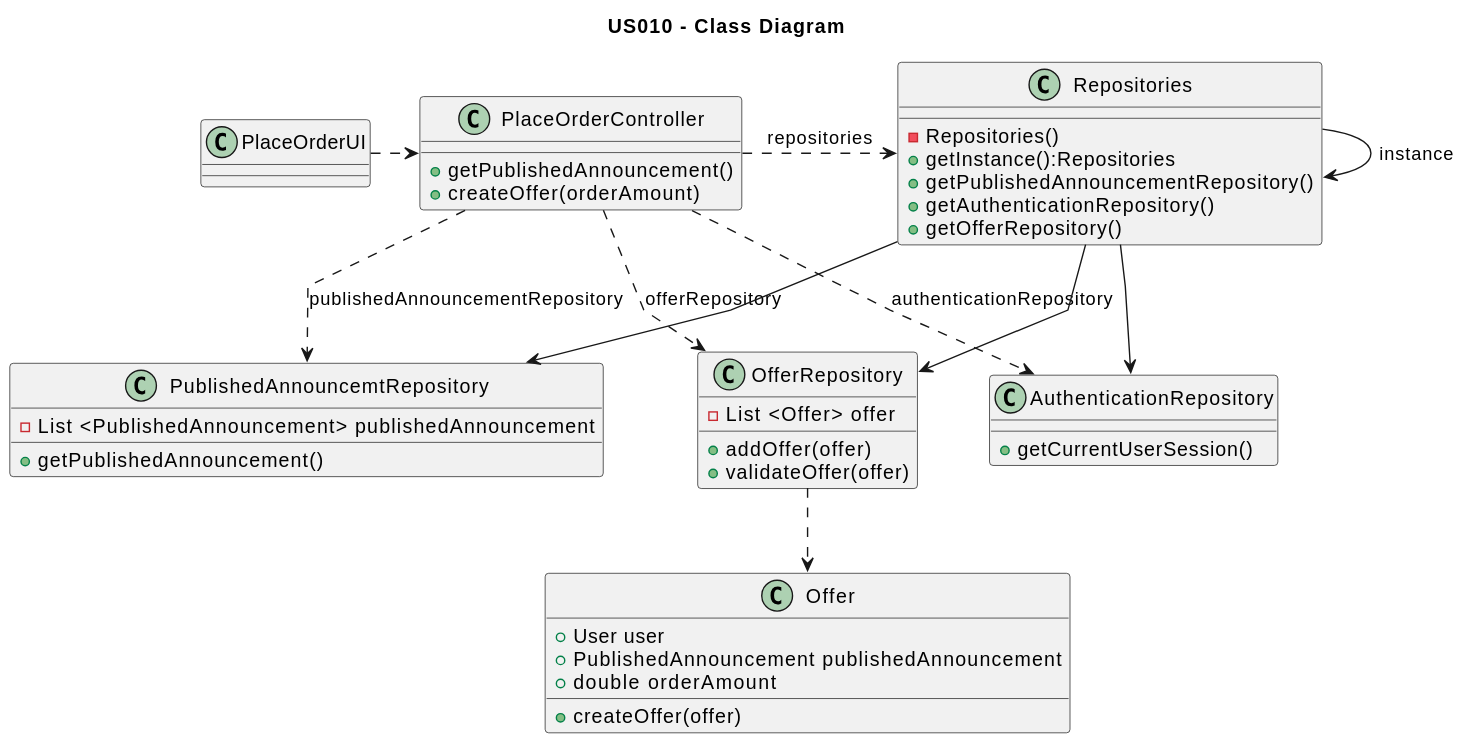
PureNimble/ISEP-LAPR2 keeps this PlantUML diagram as docs/sprintC/US10/03.design/svg/us010-class-diagram.svg. Above is the earlier version.
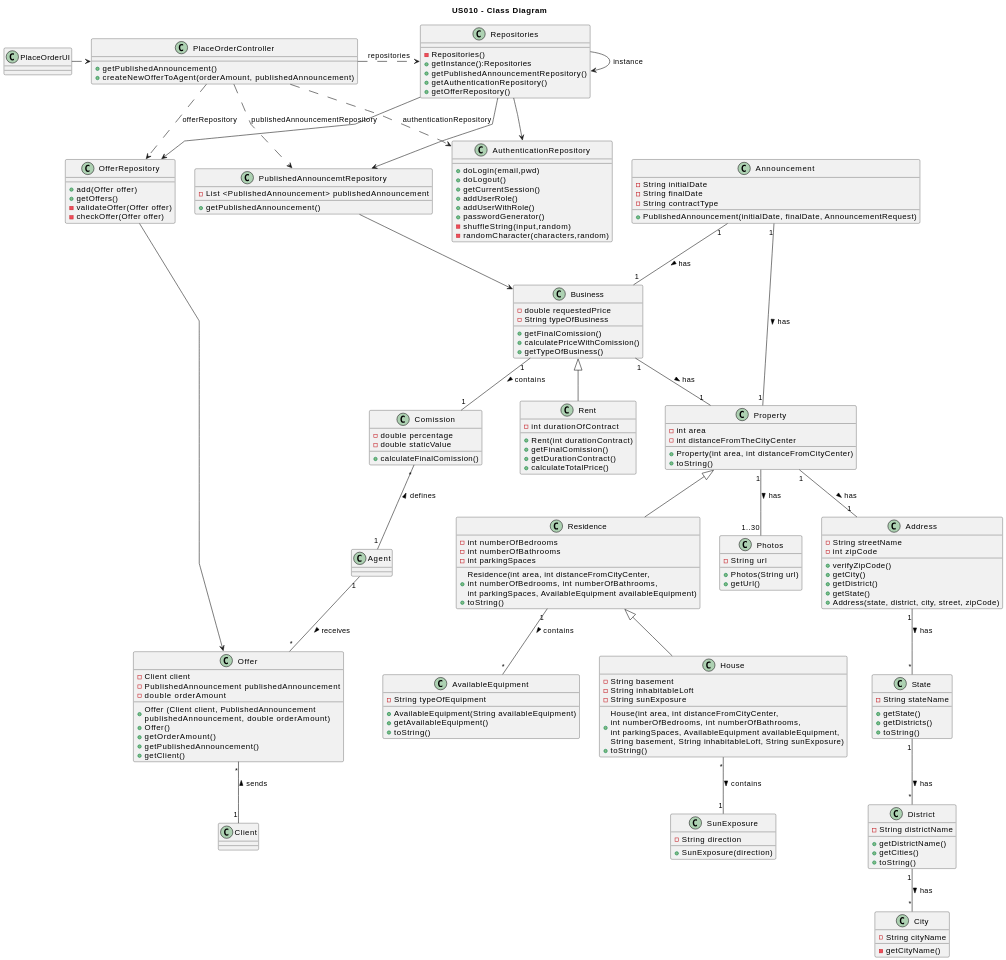
The same diagram one commit later.

The edit, as a diff of the source:
```diff
@@ -12,7 +12,7 @@
 
 class PlaceOrderController {
     + getPublishedAnnouncement()
-    + createOffer(orderAmount)
+    + createNewOfferToAgent(orderAmount, publishedAnnouncement)
 }
 
 class PublishedAnnouncemtRepository {
@@ -21,13 +21,21 @@
 }
 
 class AuthenticationRepository {
-    + getCurrentUserSession()
+    + doLogin(email,pwd)
+    + doLogout()
+    + getCurrentSession()
+    + addUserRole()
+    + addUserWithRole()
+    + passwordGenerator()
+    - shuffleString(input,random)
+    - randomCharacter(characters,random)
 }
 
 class OfferRepository {
-    - List <Offer> offer
-    + addOffer(offer)
-    + validateOffer(offer)
+    + add(Offer offer)
+    + getOffers()
+    - validateOffer(Offer offer)
+    - checkOffer(Offer offer)
 }
 
 class Repositories {
@@ -39,20 +47,173 @@
 }
 
 class Offer {
- + User user
- + PublishedAnnouncement publishedAnnouncement
- + double orderAmount
- + createOffer(offer)
+ - Client client
+ - PublishedAnnouncement publishedAnnouncement
+ - double orderAmount
+
+ + Offer (Client client, PublishedAnnouncement \npublishedAnnouncement, double orderAmount)
+ + Offer()
+ + getOrderAmount()
+ + getPublishedAnnouncement()
+ + getClient()
 }
+
+class Announcement {
+    - String initialDate
+    - String finalDate
+    - String contractType
+
+    + PublishedAnnouncement(initialDate, finalDate, AnnouncementRequest)
+}
+
+class Business {
+    - double requestedPrice
+    - String typeOfBusiness
+
+    + getFinalComission()
+    + calculatePriceWithComission()
+    + getTypeOfBusiness()
+}
+
+class Rent {
+    - int durationOfContract
+
+    + Rent(int durationContract)
+    + getFinalComission()
+    + getDurationContract()
+    + calculateTotalPrice()
+}
+
+class Comission {
+     - double percentage
+     - double staticValue
+
+    + calculateFinalComission()
+}
+
+class State {
+    - String stateName
+
+    + getState()
+    + getDistricts()
+    + toString()
+}
+
+class District {
+    - String districtName
+
+
+    + getDistrictName()
+    + getCities()
+    + toString()
+}
+
+class City {
+    - String cityName
+
+    - getCityName()
+}
+
+class Address {
+    - String streetName
+    - int zipCode
+
+    + verifyZipCode()
+    + getCity()
+    + getDistrict()
+    + getState()
+    + Address(state, district, city, street, zipCode)
+}
+
+class Client {
+}
+
+class AvailableEquipment {
+    - String typeOfEquipment
+
+    + AvailableEquipment(String availableEquipment)
+    + getAvailableEquipment()
+    + toString()
+}
+
+class SunExposure {
+    - String direction
+
+    + SunExposure(direction)
+}
+
+class Residence {
+    - int numberOfBedrooms
+    - int numberOfBathrooms
+    - int parkingSpaces
+
+    + Residence(int area, int distanceFromCityCenter, \nint numberOfBedrooms, int numberOfBathrooms, \nint parkingSpaces, AvailableEquipment availableEquipment)
+    + toString()
+}
+
+class House {
+    - String basement
+    - String inhabitableLoft
+    - String sunExposure
+
+    + House(int area, int distanceFromCityCenter, \nint numberOfBedrooms, int numberOfBathrooms, \nint parkingSpaces, AvailableEquipment availableEquipment, \nString basement, String inhabitableLoft, String sunExposure)
+    + toString()
+}
+
+class Photos {
+    - String url
+
+    + Photos(String url)
+    + getUrl()
+}
+
+class Property {
+    - int area
+    - int distanceFromTheCityCenter
+
+    + Property(int area, int distanceFromCityCenter)
+    + toString()
+}
+
 
 PlaceOrderUI .> PlaceOrderController
 PlaceOrderController .> Repositories : repositories
 PlaceOrderController ..> PublishedAnnouncemtRepository : publishedAnnouncementRepository
 PlaceOrderController ..> AuthenticationRepository : authenticationRepository
 PlaceOrderController ..> OfferRepository : offerRepository
-OfferRepository ..> Offer
 Repositories --> Repositories : instance
 Repositories --> PublishedAnnouncemtRepository
 Repositories --> AuthenticationRepository
 Repositories --> OfferRepository
+OfferRepository --> Offer
+PublishedAnnouncemtRepository --> Business
+
+Business <|-- Rent
+Business "1" -- "1" Property : has >
+Business "1" -- "1" Comission : contains >
+
+Comission "*" -- "1" Agent : defines <
+
+Agent "1" -- "*" Offer : receives >
+
+Offer "*" -- "1" Client : sends <
+
+Announcement "1" -- "1" Property : has >
+Announcement "1" -- "1" Business : has >
+
+Property <|-- Residence
+Property "1" -- "1..30" Photos : has >
+
+Property "1" -- "1" Address : has >
+
+Address "1" -- "*" State : has >
+
+State "1" -- "*" District : has >
+
+District "1" -- "*" City : has >
+
+Residence "1" -- "*" AvailableEquipment : contains >
+Residence <|-- House
+
+House "*" -- "1" SunExposure : contains >
 @enduml
```
